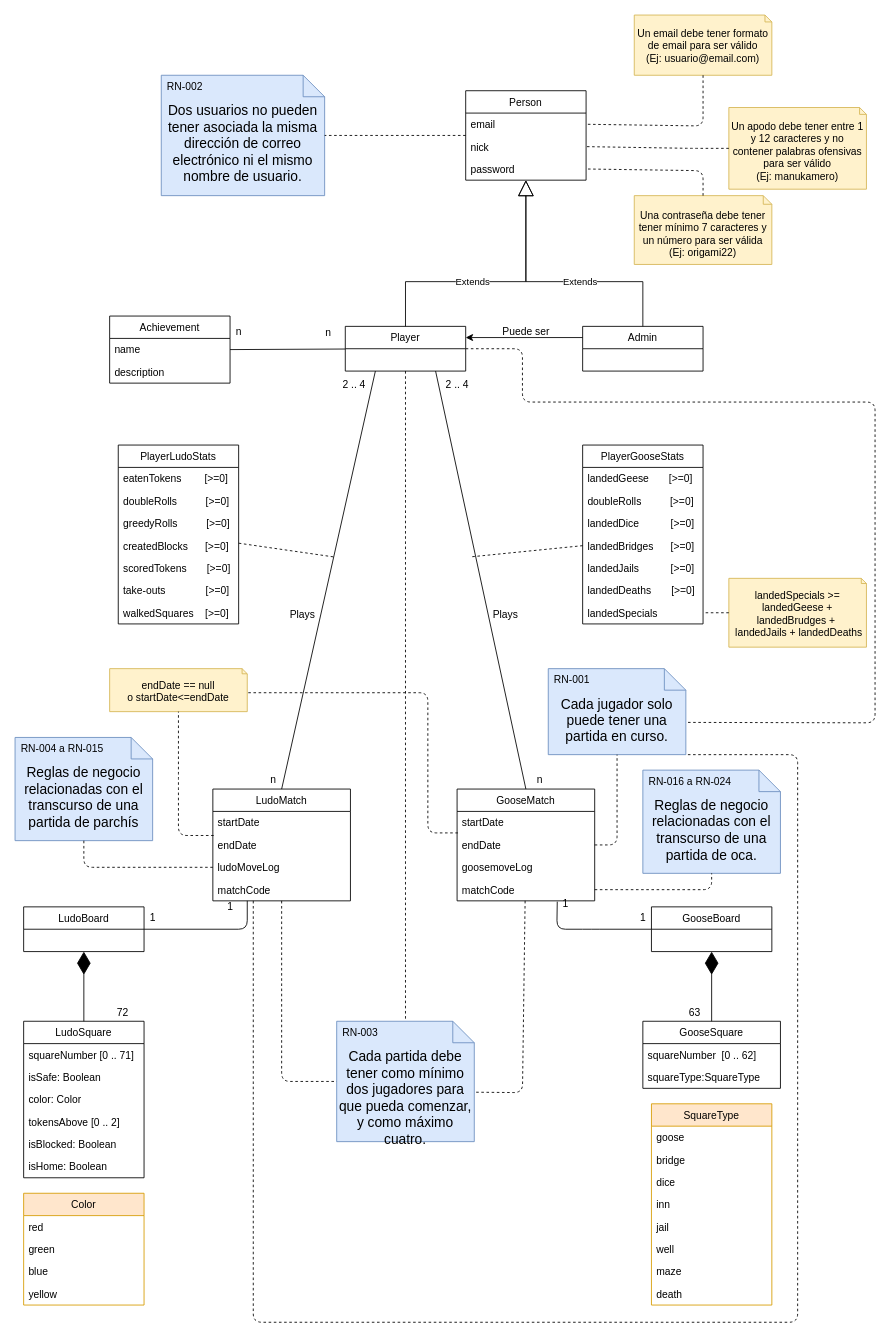
Above: docs sprint 2/Modelo_de_datos.drawio in gii-is-DP1/dp1-2021-2022-g1-05 (draw.io), before the change. Source tidied: cells renumbered, new cells numbered last; positions are measured from the earlier drawing's top-left corner, leaving out a move shared by most shapes. Both pictures are drawn from the tidied source at 86%, with x=0, y=0 at pixel (15, 15).
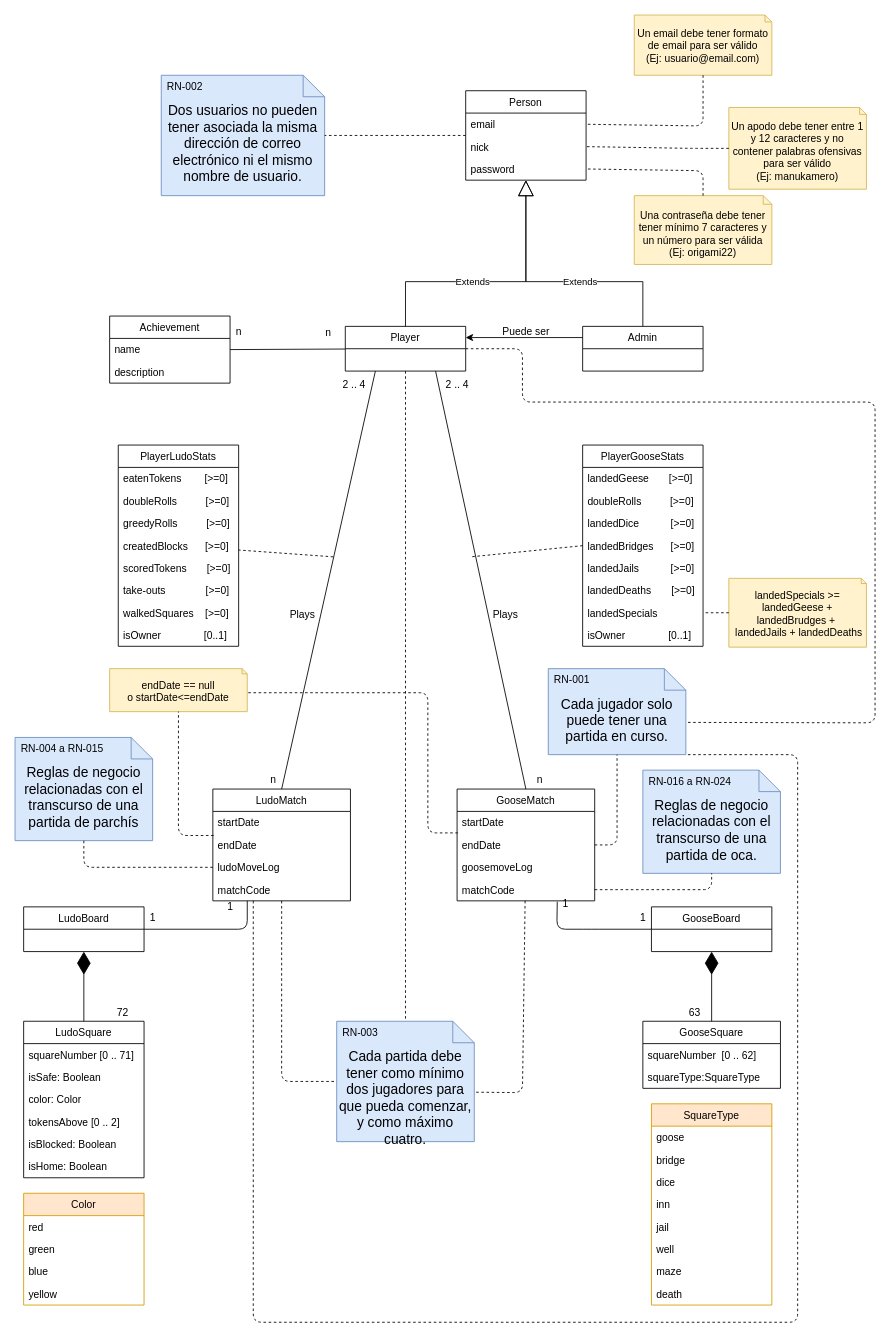
The same diagram, later.

The edit, as a diff of the source:
```diff
@@
     <mxCell id="34" value="PlayerLudoStats" style="swimlane;fontStyle=0;horizontal=1;startSize=26;fillColor=none;" parent="1" vertex="1">
-      <mxGeometry x="120" y="500" width="140" height="208" as="geometry" />
+      <mxGeometry x="120" y="500" width="140" height="234" as="geometry" />
     </mxCell>
@@
+    <mxCell id="120" value="walkedSquares    [&gt;=0]" style="text;strokeColor=none;fillColor=none;align=left;verticalAlign=top;spacingLeft=4;spacingRight=4;overflow=hidden;" parent="34" vertex="1">
+      <mxGeometry y="182" width="140" height="26" as="geometry" />
+    </mxCell>
-    <mxCell id="41" value="walkedSquares    [&gt;=0]" style="text;strokeColor=none;fillColor=none;align=left;verticalAlign=top;spacingLeft=4;spacingRight=4;overflow=hidden;" parent="34" vertex="1">
-      <mxGeometry y="182" width="140" height="26" as="geometry" />
+    <mxCell id="41" value="isOwner               [0..1]" style="text;strokeColor=none;fillColor=none;align=left;verticalAlign=top;spacingLeft=4;spacingRight=4;overflow=hidden;" parent="34" vertex="1">
+      <mxGeometry y="208" width="140" height="26" as="geometry" />
     </mxCell>
@@
     <mxCell id="56" value="PlayerGooseStats" style="swimlane;fontStyle=0;horizontal=1;startSize=26;fillColor=none;" parent="1" vertex="1">
-      <mxGeometry x="660" y="500" width="140" height="208" as="geometry" />
+      <mxGeometry x="660" y="500" width="140" height="234" as="geometry" />
     </mxCell>
@@
+    <mxCell id="121" value="isOwner               [0..1]" style="text;strokeColor=none;fillColor=none;align=left;verticalAlign=top;spacingLeft=4;spacingRight=4;overflow=hidden;" parent="56" vertex="1">
+      <mxGeometry y="208" width="140" height="26" as="geometry" />
+    </mxCell>
```
